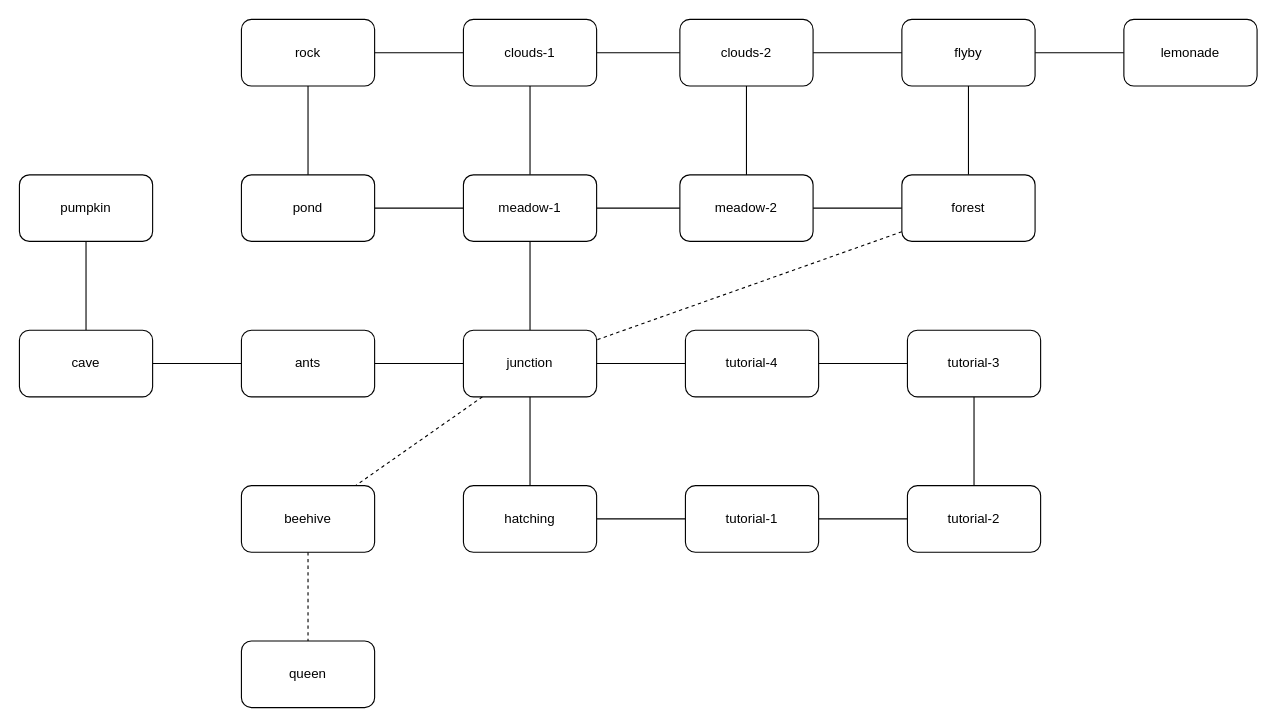
Above: doc/map.drawio in lotcz/theSeed (draw.io), before the change. Source tidied: cells renumbered, new cells numbered last; positions are measured from the earlier drawing's top-left corner, leaving out a move shared by most shapes. Both pictures are drawn from the tidied source at 111%, with x=0, y=0 at pixel (19, 19).
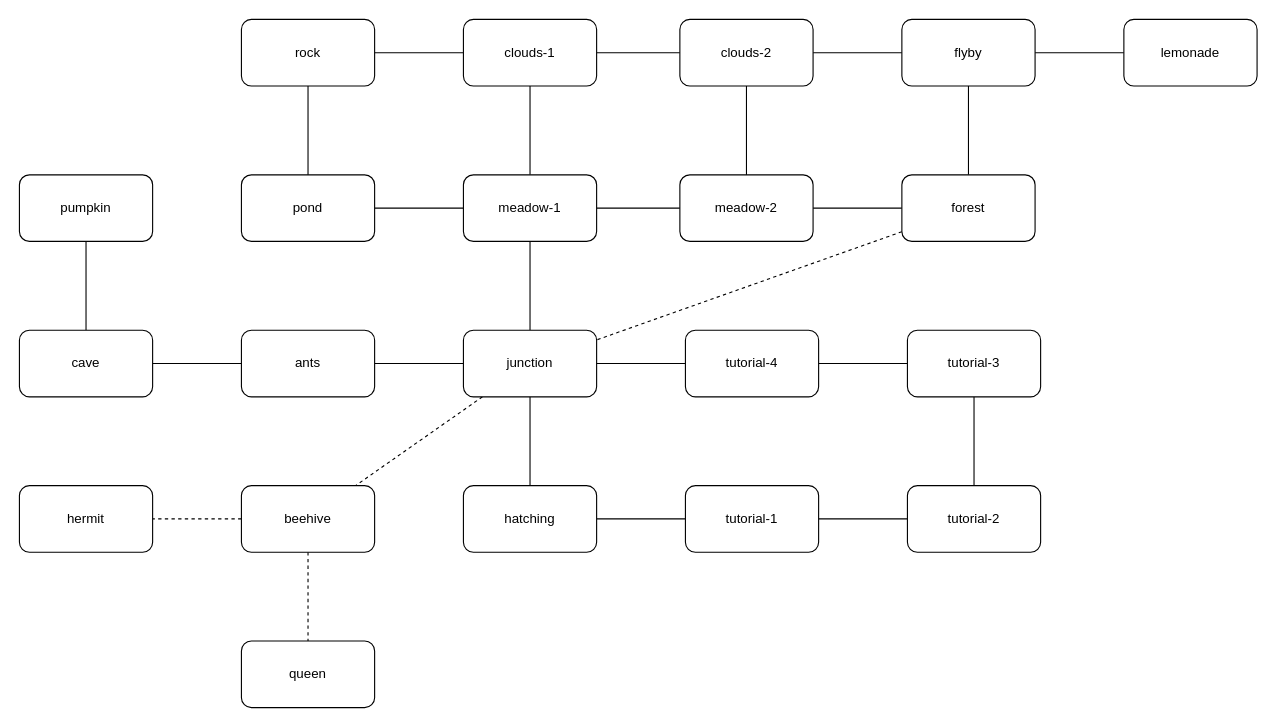
Above is the later version.

The change refers to these unchanged cells:
```xml
<mxCell id="29" value="beehive" style="rounded=1;whiteSpace=wrap;html=1;" parent="1" vertex="1">
  <mxGeometry x="200" y="420" width="120" height="60" as="geometry" />
</mxCell>
```

The edit, as a diff of the source:
```diff
@@
+    <mxCell id="46" style="edgeStyle=orthogonalEdgeStyle;rounded=0;jettySize=auto;html=1;dashed=1;endArrow=none;endFill=0;" parent="1" edge="1" source="29" target="47">
+      <mxGeometry relative="1" as="geometry" />
+    </mxCell>
@@
+    <mxCell id="47" value="hermit" style="rounded=1;whiteSpace=wrap;html=1;" parent="1" vertex="1">
+      <mxGeometry y="420" width="120" height="60" as="geometry" />
+    </mxCell>
```
